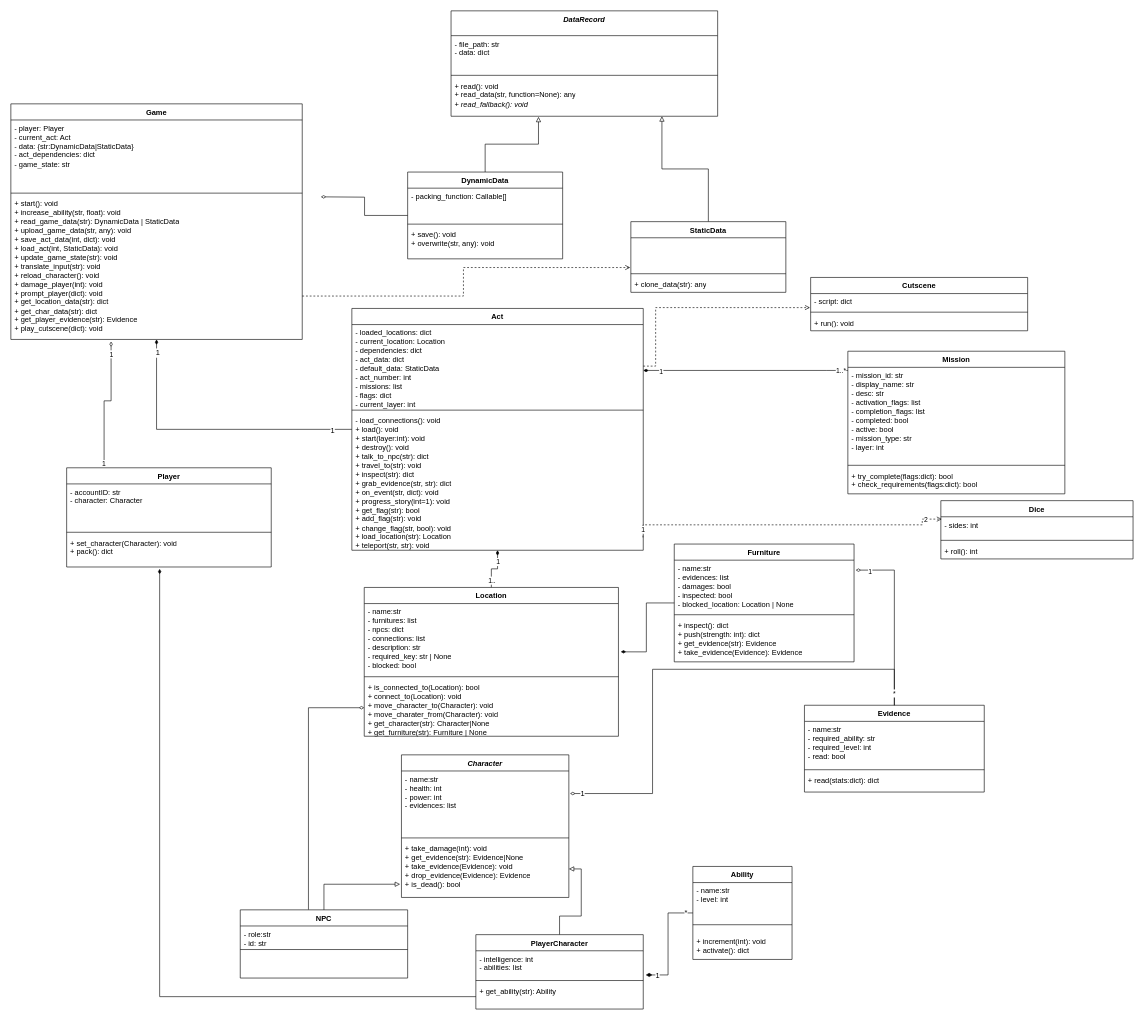
Earlier version of the draw.io diagram page "CLASS" (1 of 2) of dev_files/UML_Diagram.drawio (Engenheiro87/ProjetoOOP_RPG-GAME). Source tidied: cells renumbered, new cells numbered last; positions are measured from the earlier drawing's top-left corner, leaving out a move shared by most shapes. Both pictures are drawn from the tidied source at 62%, with x=0, y=0 at pixel (11, 11).
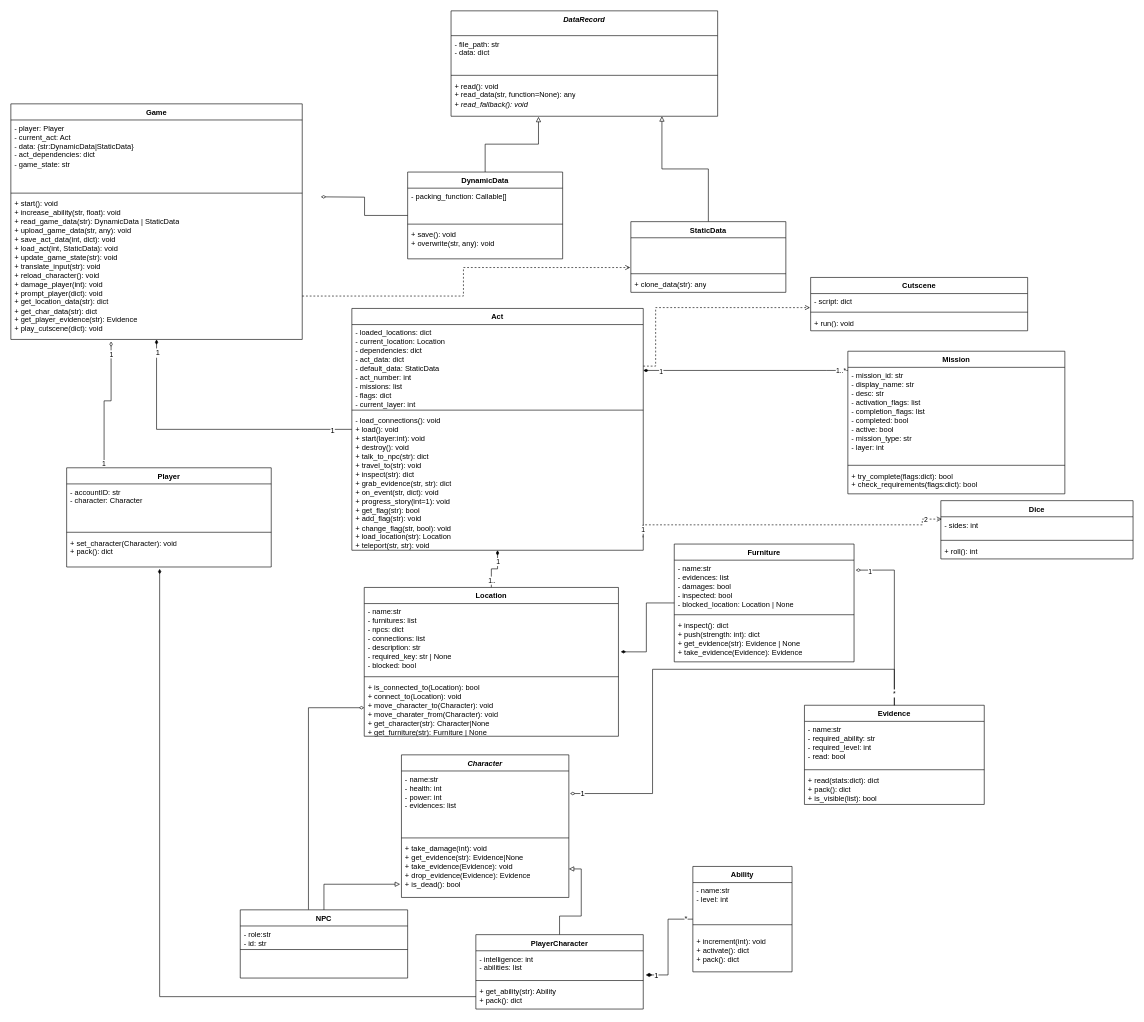
Above is the later version.

Unchanged cells that the change refers to:
```xml
<mxCell id="73" value="Furniture" style="swimlane;fontStyle=1;align=center;verticalAlign=top;horizontal=1;startSize=26;whiteSpace=wrap;html=1;" parent="1" vertex="1">
  <mxGeometry x="1070" y="860" width="290" height="190" as="geometry" />
</mxCell>
<mxCell id="93" value="PlayerCharacter" style="swimlane;fontStyle=1;align=center;verticalAlign=top;horizontal=1;startSize=26;whiteSpace=wrap;html=1;" parent="1" vertex="1">
  <mxGeometry x="750" y="1490" width="270" height="120" as="geometry" />
</mxCell>
```

The edit, as a diff of the source:
```diff
@@
     <mxCell id="12" value="Evidence" style="swimlane;fontStyle=1;align=center;verticalAlign=top;horizontal=1;startSize=26;whiteSpace=wrap;html=1;" parent="1" vertex="1">
-      <mxGeometry x="1280" y="1120" width="290" height="140" as="geometry" />
+      <mxGeometry x="1280" y="1120" width="290" height="160" as="geometry" />
     </mxCell>
@@
-    <mxCell id="15" value="+ read(stats:dict): dict" style="text;strokeColor=none;fillColor=none;align=left;verticalAlign=top;spacingLeft=4;spacingRight=4;overflow=hidden;whiteSpace=wrap;html=1;" parent="12" vertex="1">
-      <mxGeometry y="108" width="290" height="32" as="geometry" />
+    <mxCell id="15" value="+ read(stats:dict): dict&lt;div&gt;+ pack(): dict&lt;/div&gt;&lt;div&gt;+ is_visible(list): bool&lt;/div&gt;" style="text;strokeColor=none;fillColor=none;align=left;verticalAlign=top;spacingLeft=4;spacingRight=4;overflow=hidden;whiteSpace=wrap;html=1;" parent="12" vertex="1">
+      <mxGeometry y="108" width="290" height="52" as="geometry" />
     </mxCell>
@@
     <mxCell id="37" value="Ability" style="swimlane;fontStyle=1;align=center;verticalAlign=top;horizontal=1;startSize=26;whiteSpace=wrap;html=1;" parent="1" vertex="1">
-      <mxGeometry x="1100" y="1380" width="160" height="150" as="geometry" />
+      <mxGeometry x="1100" y="1380" width="160" height="170" as="geometry" />
     </mxCell>
@@
-    <mxCell id="40" value="+ increment(int): void&lt;div&gt;+ activate(): dict&lt;/div&gt;" style="text;strokeColor=none;fillColor=none;align=left;verticalAlign=top;spacingLeft=4;spacingRight=4;overflow=hidden;whiteSpace=wrap;html=1;" parent="37" vertex="1">
-      <mxGeometry y="108" width="160" height="42" as="geometry" />
+    <mxCell id="40" value="+ increment(int): void&lt;div&gt;+ activate(): dict&lt;/div&gt;&lt;div&gt;+ pack(): dict&lt;/div&gt;" style="text;strokeColor=none;fillColor=none;align=left;verticalAlign=top;spacingLeft=4;spacingRight=4;overflow=hidden;whiteSpace=wrap;html=1;" parent="37" vertex="1">
+      <mxGeometry y="108" width="160" height="62" as="geometry" />
     </mxCell>
@@
-    <mxCell id="76" value="+ inspect(): dict&lt;div&gt;+ push(strength: int): dict&lt;/div&gt;&lt;div&gt;+ get_evidence(str): Evidence&lt;/div&gt;&lt;div&gt;+ take_evidence(Evidence): Evidence&lt;/div&gt;" style="text;strokeColor=none;fillColor=none;align=left;verticalAlign=top;spacingLeft=4;spacingRight=4;overflow=hidden;whiteSpace=wrap;html=1;" parent="73" vertex="1">
+    <mxCell id="76" value="+ inspect(): dict&lt;div&gt;+ push(strength: int): dict&lt;/div&gt;&lt;div&gt;+ get_evidence(str): Evidence | None&lt;/div&gt;&lt;div&gt;+ take_evidence(Evidence): Evidence&lt;/div&gt;" style="text;strokeColor=none;fillColor=none;align=left;verticalAlign=top;spacingLeft=4;spacingRight=4;overflow=hidden;whiteSpace=wrap;html=1;" parent="73" vertex="1">
       <mxGeometry y="118" width="290" height="72" as="geometry" />
     </mxCell>
@@
-    <mxCell id="96" value="&lt;div&gt;+ get_ability(str): Ability&lt;/div&gt;" style="text;strokeColor=none;fillColor=none;align=left;verticalAlign=top;spacingLeft=4;spacingRight=4;overflow=hidden;whiteSpace=wrap;html=1;" parent="93" vertex="1">
+    <mxCell id="96" value="&lt;div&gt;+ get_ability(str): Ability&lt;/div&gt;&lt;div&gt;+ pack(): dict&lt;/div&gt;" style="text;strokeColor=none;fillColor=none;align=left;verticalAlign=top;spacingLeft=4;spacingRight=4;overflow=hidden;whiteSpace=wrap;html=1;" parent="93" vertex="1">
       <mxGeometry y="78" width="270" height="42" as="geometry" />
     </mxCell>
```
